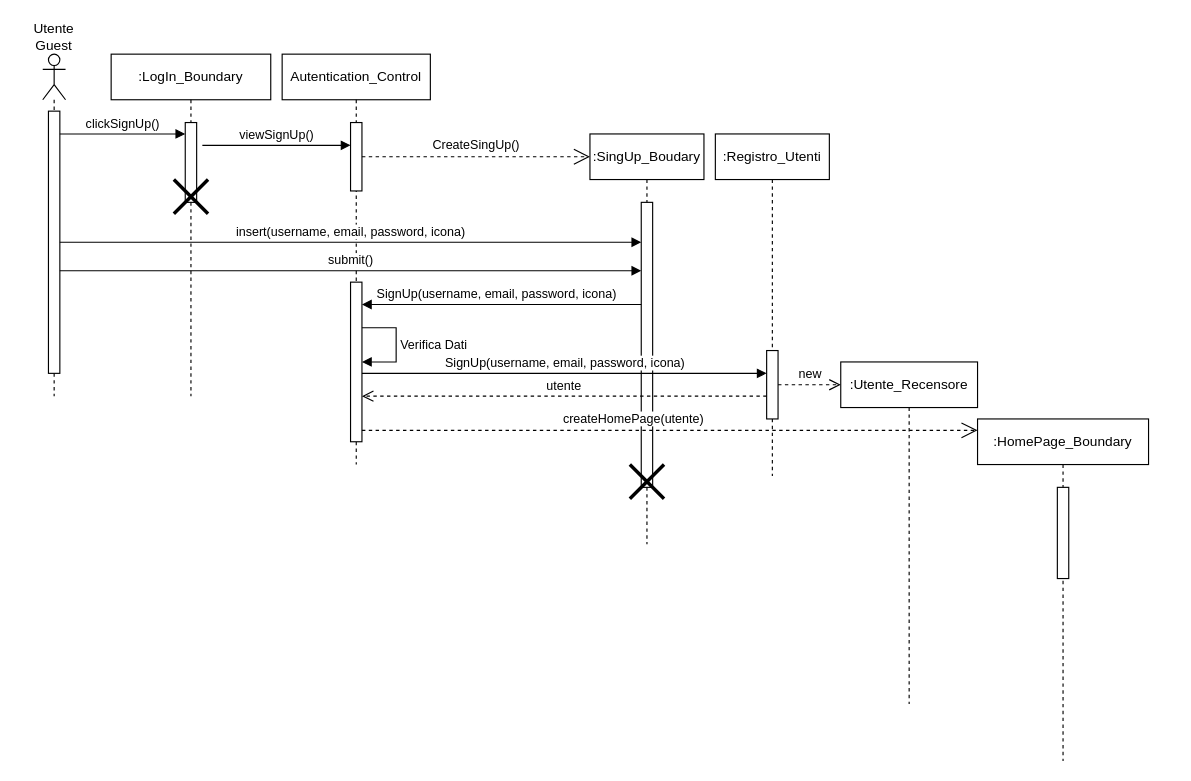
This is New Diagrams/Sequence Diagrams/UC07 SignUp.drawio from superfra01/Rated, a draw.io file, before an edit. Source tidied: cells renumbered, new cells numbered last; positions are measured from the earlier drawing's top-left corner, leaving out a move shared by most shapes. Both pictures are drawn from the tidied source at 114%, with x=0, y=0 at pixel (19, 19).
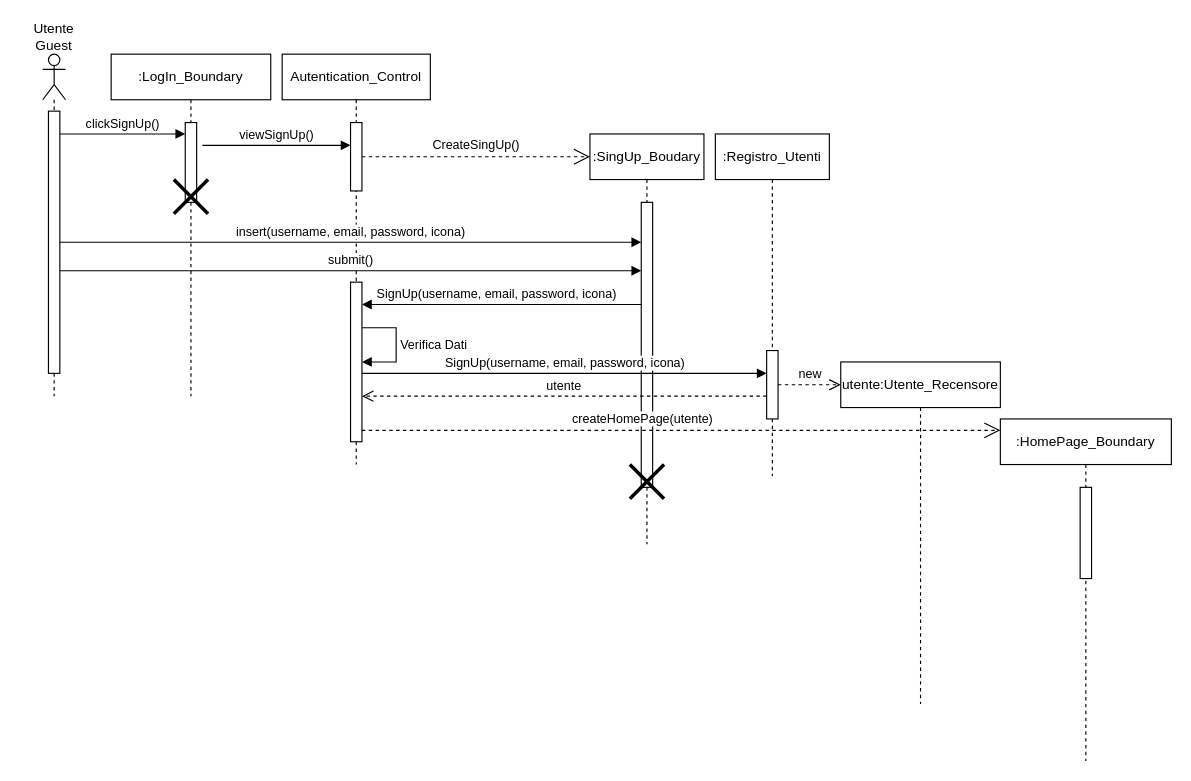
The same diagram, later.

What changed in the source:
```diff
@@
     <mxCell id="23" value=":HomePage_Boundary" style="shape=umlLifeline;perimeter=lifelinePerimeter;whiteSpace=wrap;html=1;newEdgeStyle={&quot;curved&quot;:0,&quot;rounded&quot;:0};" parent="1" vertex="1">
-      <mxGeometry x="840" y="350" width="150" height="300" as="geometry" />
+      <mxGeometry x="860" y="350" width="150" height="300" as="geometry" />
     </mxCell>
@@
-    <mxCell id="26" value=":Utente_Recensore" style="shape=umlLifeline;perimeter=lifelinePerimeter;whiteSpace=wrap;html=1;newEdgeStyle={&quot;curved&quot;:0,&quot;rounded&quot;:0};" parent="1" vertex="1">
-      <mxGeometry x="720" y="300" width="120" height="300" as="geometry" />
+    <mxCell id="26" value="utente:Utente_Recensore" style="shape=umlLifeline;perimeter=lifelinePerimeter;whiteSpace=wrap;html=1;newEdgeStyle={&quot;curved&quot;:0,&quot;rounded&quot;:0};" parent="1" vertex="1">
+      <mxGeometry x="720" y="300" width="140" height="300" as="geometry" />
     </mxCell>
@@
     <mxCell id="28" value="createHomePage(utente)" style="endArrow=open;endSize=12;dashed=1;html=1;rounded=0;" parent="1" edge="1">
       <mxGeometry x="-0.12" y="10" relative="1" as="geometry">
         <mxPoint x="300" y="360" as="sourcePoint" />
-        <mxPoint x="840" y="360" as="targetPoint" />
+        <mxPoint x="860" y="360" as="targetPoint" />
       </mxGeometry>
     </mxCell>
```
